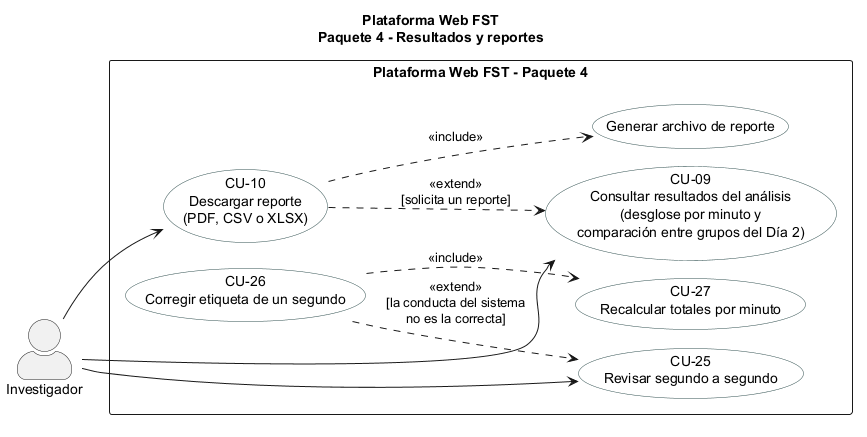
Before: figures/mermaid/cu_paquete4.png, a diagram exported from PlantUML (ErickJester/fst-ai-system-latex).
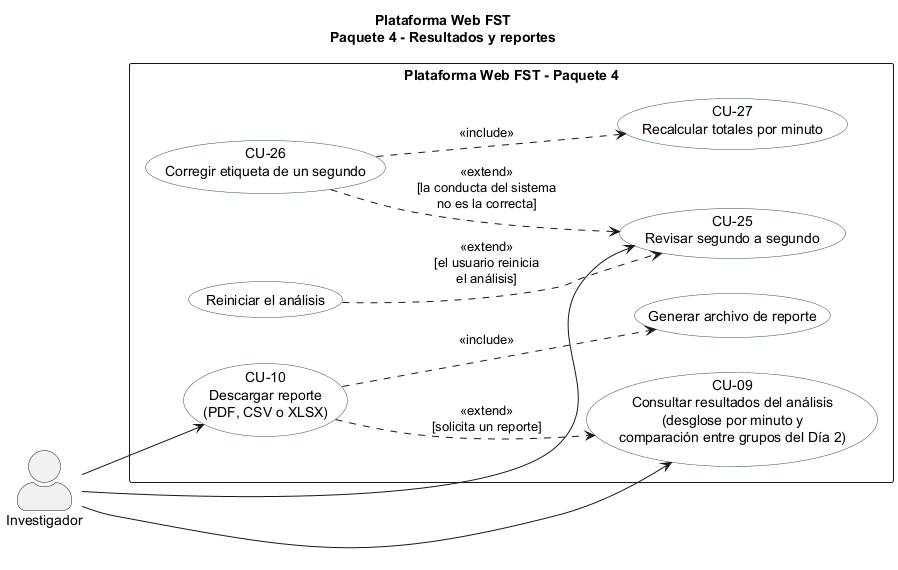
Above is the later version.

Diff of the diagram source:
```diff
@@ -1,5 +1,4 @@
 @startuml
-!pragma layout smetana
 title Plataforma Web FST\nPaquete 4 - Resultados y reportes
 left to right direction
 skinparam packageStyle rectangle
@@ -16,6 +15,7 @@
   usecase "CU-25\nRevisar segundo a segundo" as CU25
   usecase "CU-26\nCorregir etiqueta de un segundo" as CU26
   usecase "CU-27\nRecalcular totales por minuto" as CU27
+  usecase "Reiniciar el análisis" as UC25R
 }
 INV --> CU09
 INV --> CU10
@@ -24,4 +24,5 @@
 CU10 ..> UC46 : <<include>>
 CU26 ..> CU25 : <<extend>>\n[la conducta del sistema\nno es la correcta]
 CU26 ..> CU27 : <<include>>
+UC25R ..> CU25 : <<extend>>\n[el usuario reinicia\nel análisis]
 @enduml
```
